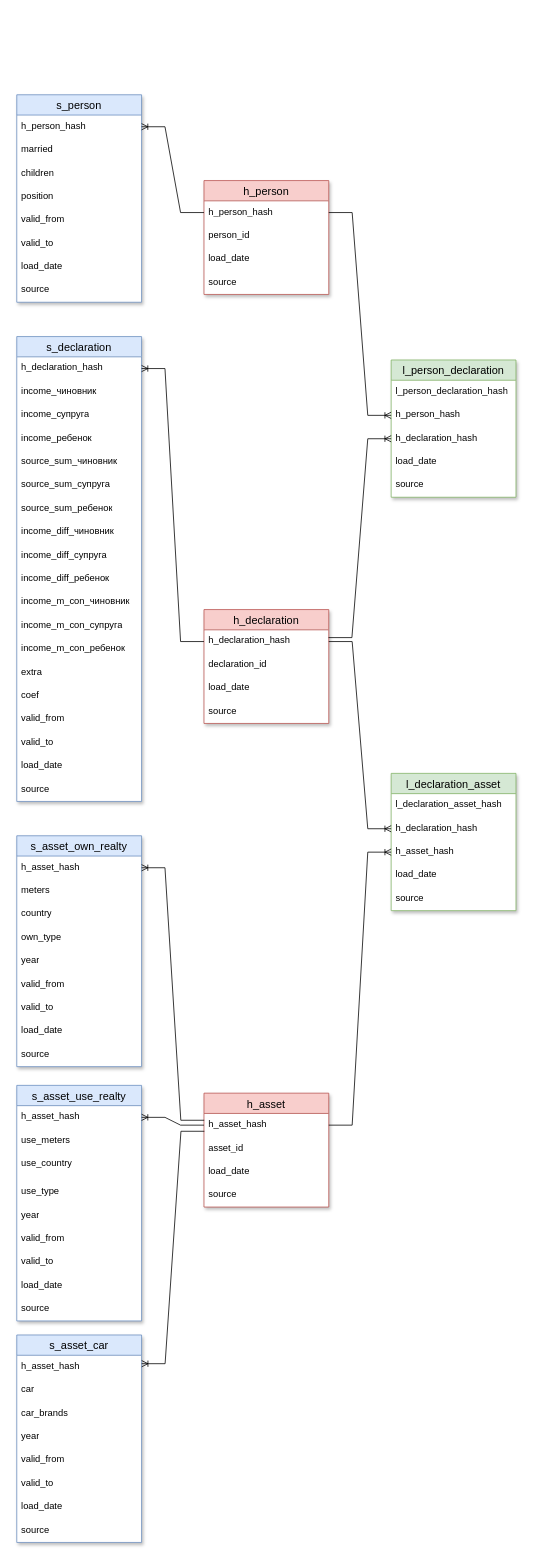
Before: Data_vault.drawio in AlexSestraFab/Data_Architect_project, a draw.io diagram. Source tidied: cells renumbered, new cells numbered last; positions are measured from the earlier drawing's top-left corner, leaving out a move shared by most shapes. Both pictures are drawn from the tidied source at 78%, with x=0, y=0 at pixel (16, 94).
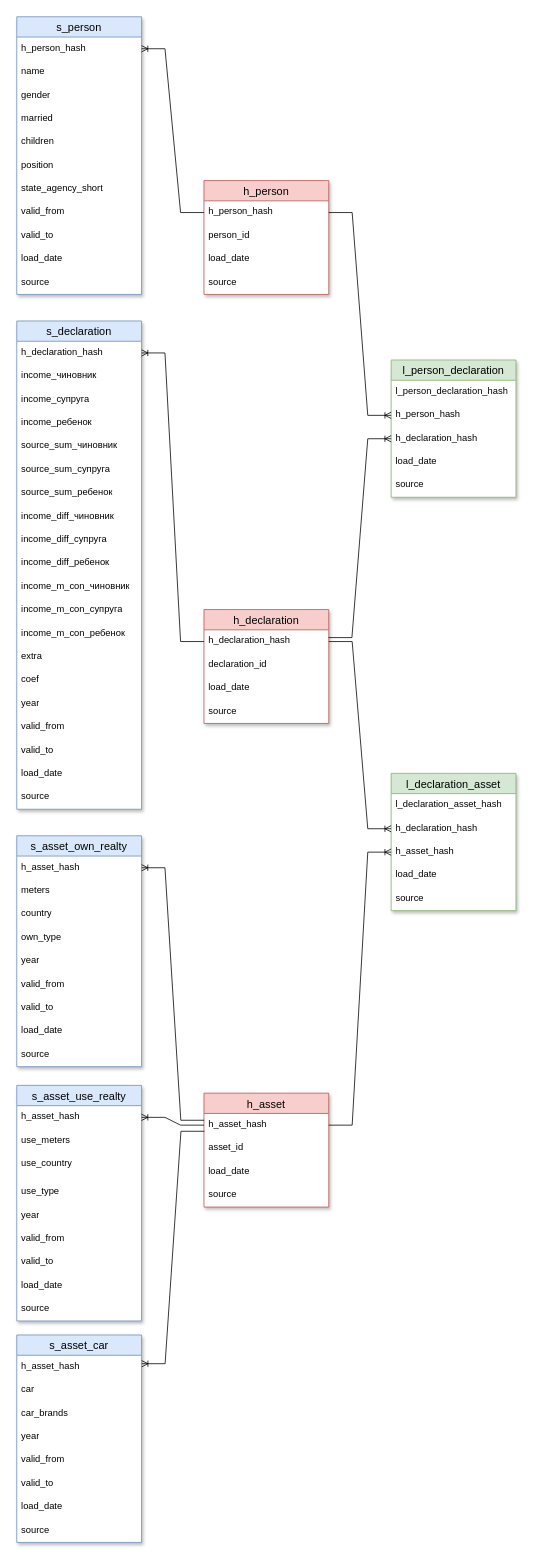
The same diagram, later.

What changed in the source:
```diff
@@
     <mxCell id="33" value="s_person" style="swimlane;fontStyle=0;horizontal=1;startSize=26;align=center;fontSize=14;fillColor=#dae8fc;strokeColor=#6c8ebf;rounded=0;shadow=1;swimlaneFillColor=default;" parent="1" vertex="1">
-      <mxGeometry width="160" height="266" as="geometry" />
+      <mxGeometry y="-100" width="160" height="356" as="geometry" />
     </mxCell>
@@
-    <mxCell id="35" value="married" style="text;strokeColor=none;fillColor=none;spacingLeft=4;spacingRight=4;overflow=hidden;fontSize=12;whiteSpace=wrap;html=1;rounded=0;" parent="33" vertex="1">
+    <mxCell id="35" value="name" style="text;strokeColor=none;fillColor=none;spacingLeft=4;spacingRight=4;overflow=hidden;fontSize=12;whiteSpace=wrap;html=1;rounded=0;" parent="33" vertex="1">
       <mxGeometry y="56" width="160" height="30" as="geometry" />
     </mxCell>
-    <mxCell id="36" value="children" style="text;strokeColor=none;fillColor=none;spacingLeft=4;spacingRight=4;overflow=hidden;fontSize=12;whiteSpace=wrap;html=1;rounded=0;" parent="33" vertex="1">
+    <mxCell id="36" value="gender" style="text;strokeColor=none;fillColor=none;spacingLeft=4;spacingRight=4;overflow=hidden;fontSize=12;whiteSpace=wrap;html=1;rounded=0;" parent="33" vertex="1">
       <mxGeometry y="86" width="160" height="30" as="geometry" />
     </mxCell>
-    <mxCell id="37" value="position" style="text;strokeColor=none;fillColor=none;spacingLeft=4;spacingRight=4;overflow=hidden;fontSize=12;whiteSpace=wrap;html=1;rounded=0;" parent="33" vertex="1">
+    <mxCell id="37" value="married" style="text;strokeColor=none;fillColor=none;spacingLeft=4;spacingRight=4;overflow=hidden;fontSize=12;whiteSpace=wrap;html=1;rounded=0;" parent="33" vertex="1">
       <mxGeometry y="116" width="160" height="30" as="geometry" />
     </mxCell>
-    <mxCell id="38" value="valid_from" style="text;strokeColor=none;fillColor=none;spacingLeft=4;spacingRight=4;overflow=hidden;fontSize=12;whiteSpace=wrap;html=1;rounded=0;" parent="33" vertex="1">
+    <mxCell id="38" value="children" style="text;strokeColor=none;fillColor=none;spacingLeft=4;spacingRight=4;overflow=hidden;fontSize=12;whiteSpace=wrap;html=1;rounded=0;" parent="33" vertex="1">
       <mxGeometry y="146" width="160" height="30" as="geometry" />
     </mxCell>
-    <mxCell id="39" value="valid_to" style="text;strokeColor=none;fillColor=none;spacingLeft=4;spacingRight=4;overflow=hidden;fontSize=12;whiteSpace=wrap;html=1;rounded=0;" parent="33" vertex="1">
+    <mxCell id="39" value="position" style="text;strokeColor=none;fillColor=none;spacingLeft=4;spacingRight=4;overflow=hidden;fontSize=12;whiteSpace=wrap;html=1;rounded=0;" parent="33" vertex="1">
       <mxGeometry y="176" width="160" height="30" as="geometry" />
     </mxCell>
-    <mxCell id="40" value="load_date" style="text;strokeColor=none;fillColor=none;spacingLeft=4;spacingRight=4;overflow=hidden;fontSize=12;whiteSpace=wrap;html=1;rounded=0;" parent="33" vertex="1">
+    <mxCell id="40" value="state_agency_short" style="text;strokeColor=none;fillColor=none;spacingLeft=4;spacingRight=4;overflow=hidden;fontSize=12;whiteSpace=wrap;html=1;rounded=0;" parent="33" vertex="1">
       <mxGeometry y="206" width="160" height="30" as="geometry" />
     </mxCell>
-    <mxCell id="41" value="source" style="text;strokeColor=none;fillColor=none;spacingLeft=4;spacingRight=4;overflow=hidden;fontSize=12;whiteSpace=wrap;html=1;rounded=0;" parent="33" vertex="1">
+    <mxCell id="41" value="valid_from" style="text;strokeColor=none;fillColor=none;spacingLeft=4;spacingRight=4;overflow=hidden;fontSize=12;whiteSpace=wrap;html=1;rounded=0;" parent="33" vertex="1">
       <mxGeometry y="236" width="160" height="30" as="geometry" />
     </mxCell>
+    <mxCell id="96" value="valid_to" style="text;strokeColor=none;fillColor=none;spacingLeft=4;spacingRight=4;overflow=hidden;fontSize=12;whiteSpace=wrap;html=1;rounded=0;" parent="33" vertex="1">
+      <mxGeometry y="266" width="160" height="30" as="geometry" />
+    </mxCell>
+    <mxCell id="97" value="load_date" style="text;strokeColor=none;fillColor=none;spacingLeft=4;spacingRight=4;overflow=hidden;fontSize=12;whiteSpace=wrap;html=1;rounded=0;" parent="33" vertex="1">
+      <mxGeometry y="296" width="160" height="30" as="geometry" />
+    </mxCell>
+    <mxCell id="98" value="source" style="text;strokeColor=none;fillColor=none;spacingLeft=4;spacingRight=4;overflow=hidden;fontSize=12;whiteSpace=wrap;html=1;rounded=0;" parent="33" vertex="1">
+      <mxGeometry y="326" width="160" height="30" as="geometry" />
+    </mxCell>
     <mxCell id="42" value="s_declaration" style="swimlane;fontStyle=0;horizontal=1;startSize=26;align=center;fontSize=14;fillColor=#dae8fc;strokeColor=#6c8ebf;rounded=0;shadow=1;swimlaneFillColor=default;" parent="1" vertex="1">
-      <mxGeometry y="310" width="160" height="596" as="geometry" />
+      <mxGeometry y="290" width="160" height="626" as="geometry" />
     </mxCell>
@@
-    <mxCell id="58" value="valid_from" style="text;strokeColor=none;fillColor=none;spacingLeft=4;spacingRight=4;overflow=hidden;fontSize=12;whiteSpace=wrap;html=1;rounded=0;" parent="42" vertex="1">
+    <mxCell id="58" value="year" style="text;strokeColor=none;fillColor=none;spacingLeft=4;spacingRight=4;overflow=hidden;fontSize=12;whiteSpace=wrap;html=1;rounded=0;" parent="42" vertex="1">
       <mxGeometry y="476" width="160" height="30" as="geometry" />
     </mxCell>
-    <mxCell id="59" value="valid_to" style="text;strokeColor=none;fillColor=none;spacingLeft=4;spacingRight=4;overflow=hidden;fontSize=12;whiteSpace=wrap;html=1;rounded=0;" parent="42" vertex="1">
+    <mxCell id="59" value="valid_from" style="text;strokeColor=none;fillColor=none;spacingLeft=4;spacingRight=4;overflow=hidden;fontSize=12;whiteSpace=wrap;html=1;rounded=0;" parent="42" vertex="1">
       <mxGeometry y="506" width="160" height="30" as="geometry" />
     </mxCell>
-    <mxCell id="60" value="load_date" style="text;strokeColor=none;fillColor=none;spacingLeft=4;spacingRight=4;overflow=hidden;fontSize=12;whiteSpace=wrap;html=1;rounded=0;" parent="42" vertex="1">
+    <mxCell id="60" value="valid_to" style="text;strokeColor=none;fillColor=none;spacingLeft=4;spacingRight=4;overflow=hidden;fontSize=12;whiteSpace=wrap;html=1;rounded=0;" parent="42" vertex="1">
       <mxGeometry y="536" width="160" height="30" as="geometry" />
     </mxCell>
-    <mxCell id="61" value="source" style="text;strokeColor=none;fillColor=none;spacingLeft=4;spacingRight=4;overflow=hidden;fontSize=12;whiteSpace=wrap;html=1;rounded=0;" parent="42" vertex="1">
+    <mxCell id="61" value="load_date" style="text;strokeColor=none;fillColor=none;spacingLeft=4;spacingRight=4;overflow=hidden;fontSize=12;whiteSpace=wrap;html=1;rounded=0;" parent="42" vertex="1">
       <mxGeometry y="566" width="160" height="30" as="geometry" />
     </mxCell>
+    <mxCell id="99" value="source" style="text;strokeColor=none;fillColor=none;spacingLeft=4;spacingRight=4;overflow=hidden;fontSize=12;whiteSpace=wrap;html=1;rounded=0;" parent="42" vertex="1">
+      <mxGeometry y="596" width="160" height="30" as="geometry" />
+    </mxCell>
```
